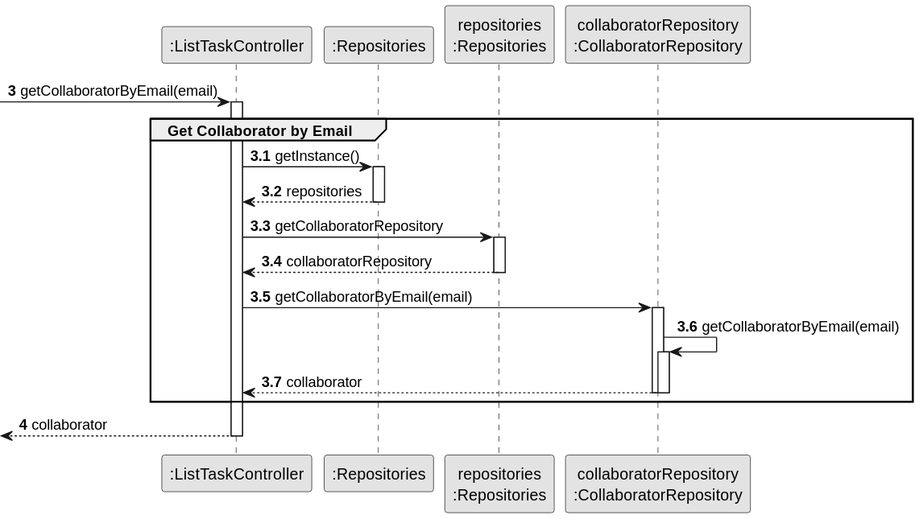
The PlantUML diagram docs/sprintC/us028/03.design/svg/us028-sequence-diagram-partial-get-collaborator-by-email.svg in diogoveirospro/lei-24-s2-1dg-g072, before a commit. Source of this version:
```plantuml
@startuml
skinparam monochrome true
skinparam packageStyle rectangle
skinparam shadowing false

autonumber


participant ":ListTaskController" as CTRL
participant ":Repositories" as RepositorySingleton
participant "repositories\n:Repositories" as REP
participant "collaboratorRepository\n:CollaboratorRepository" as collaboratorRepository

autonumber 3

 -> CTRL : getCollaboratorByEmail(email)
autonumber 3.1
activate CTRL
    group Get Collaborator by Email

        CTRL -> RepositorySingleton: getInstance()
        activate RepositorySingleton

            RepositorySingleton --> CTRL: repositories
        deactivate RepositorySingleton

        CTRL -> REP: getCollaboratorRepository
        activate REP

            REP --> CTRL: collaboratorRepository
        deactivate REP

        CTRL -> collaboratorRepository: getCollaboratorByEmail(email)
        activate collaboratorRepository

            collaboratorRepository -> collaboratorRepository: getCollaboratorByEmail(email)
            activate collaboratorRepository

                collaboratorRepository --> CTRL: collaborator
            deactivate collaboratorRepository

        deactivate collaboratorRepository

    end
    autonumber 4
        <-- CTRL  : collaborator
deactivate CTRL
@enduml
```
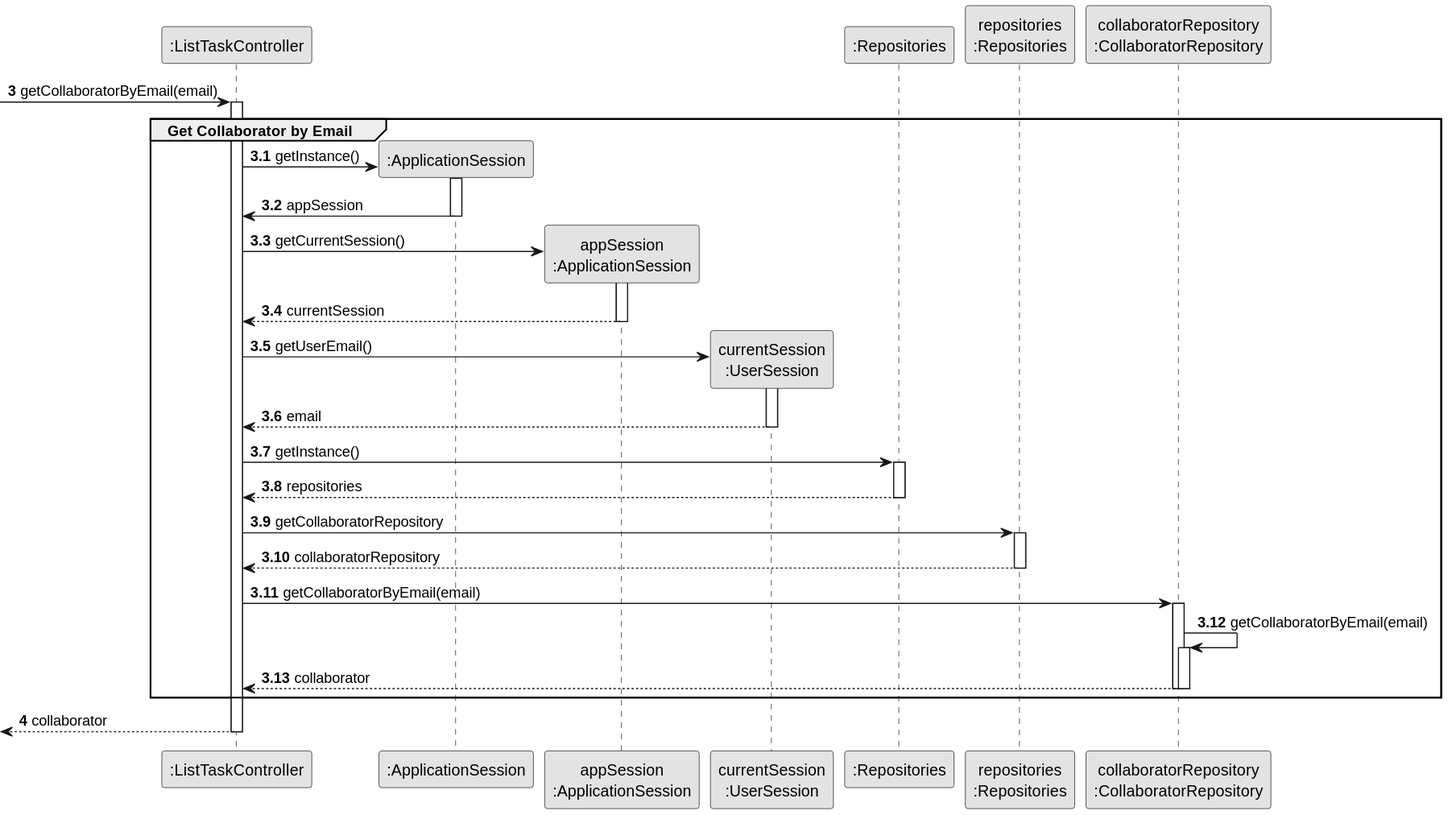
After the change.

The edit, as a diff of the source:
```diff
@@ -7,6 +7,9 @@
 
 
 participant ":ListTaskController" as CTRL
+participant ":ApplicationSession" as _APP
+participant "appSession\n:ApplicationSession" as APP
+participant "currentSession\n:UserSession" as SESSION
 participant ":Repositories" as RepositorySingleton
 participant "repositories\n:Repositories" as REP
 participant "collaboratorRepository\n:CollaboratorRepository" as collaboratorRepository
@@ -18,6 +21,23 @@
 activate CTRL
     group Get Collaborator by Email
 
+        CTRL -> _APP**: getInstance()
+                   activate _APP
+
+                        _APP -> CTRL: appSession
+                   deactivate _APP
+
+                   CTRL -> APP**: getCurrentSession()
+                   activate APP
+
+                        APP --> CTRL: currentSession
+                   deactivate APP
+
+                   CTRL -> SESSION**: getUserEmail()
+                   activate SESSION
+
+                        SESSION --> CTRL: email
+                   deactivate SESSION
         CTRL -> RepositorySingleton: getInstance()
         activate RepositorySingleton
 
```
